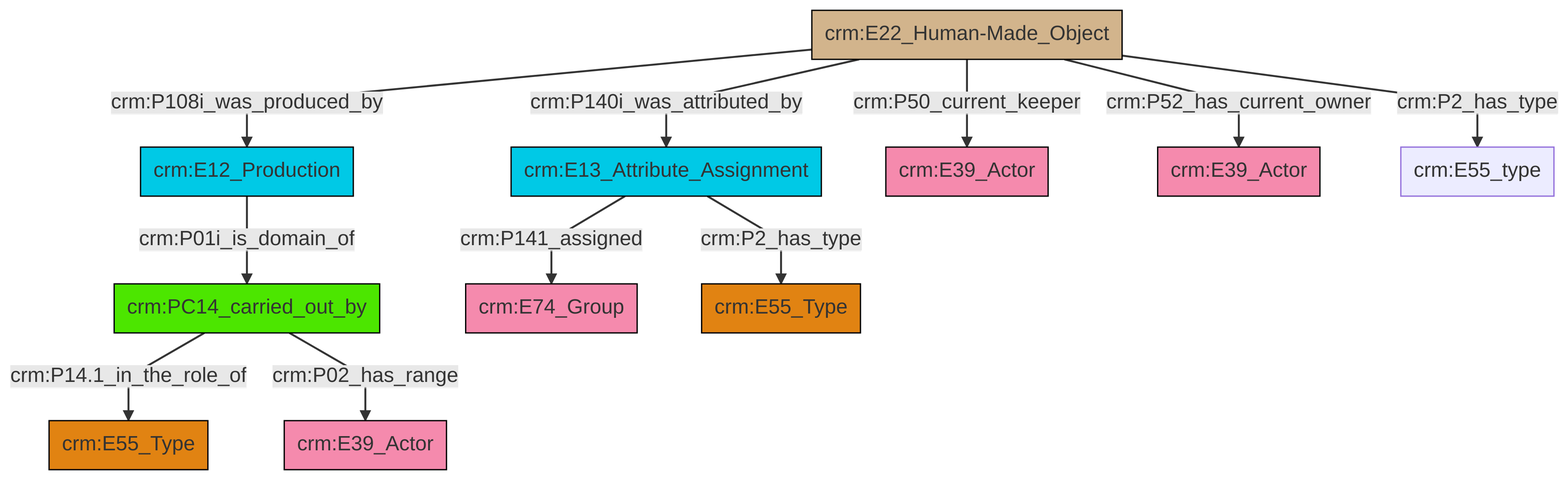
The Mermaid diagram et/artworkCSV/ttl/mmd/png/Artwork_Actor_Relations.png in swiss-art-research-net/docs.swissartresearch, before a commit. Its source is kept beside it as et/artworkCSV/ttl/mmd/Artwork_Actor_Relations.ttl.mmd.
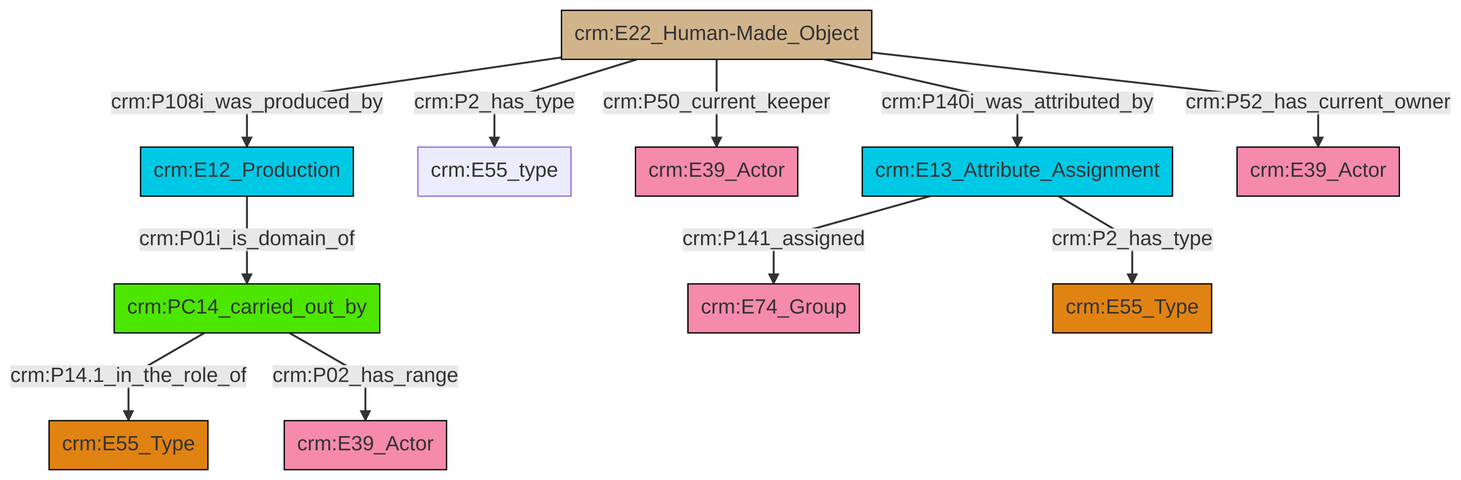
Above is the later version.

Change to the diagram source:
```diff
@@ -13,13 +13,13 @@
 classDef PC_Classes fill:#4ce600, stroke:#000000;
 classDef Multi fill:#cccccc,stroke:#000000;
 
-6["crm:E22_Human-Made_Object"]:::Physical_Thing -->|crm:P140i_was_attributed_by| 4["crm:E13_Attribute_Assignment"]:::Temporal_Entity
-0["crm:E12_Production"]:::Temporal_Entity -->|crm:P01i_is_domain_of| 7["crm:PC14_carried_out_by"]:::PC_Classes
-6["crm:E22_Human-Made_Object"]:::Physical_Thing -->|crm:P52_has_current_owner| 14["crm:E39_Actor"]:::Actor
-6["crm:E22_Human-Made_Object"]:::Physical_Thing -->|crm:P50_current_keeper| 12["crm:E39_Actor"]:::Actor
-4["crm:E13_Attribute_Assignment"]:::Temporal_Entity -->|crm:P141_assigned| 8["crm:E74_Group"]:::Actor
-7["crm:PC14_carried_out_by"]:::PC_Classes -->|crm:P14.1_in_the_role_of| 2["crm:E55_Type"]:::Type
-7["crm:PC14_carried_out_by"]:::PC_Classes -->|crm:P02_has_range| 10["crm:E39_Actor"]:::Actor
-6["crm:E22_Human-Made_Object"]:::Physical_Thing -->|crm:P108i_was_produced_by| 0["crm:E12_Production"]:::Temporal_Entity
-6["crm:E22_Human-Made_Object"]:::Physical_Thing -->|crm:P2_has_type| 20["crm:E55_type"]:::Default
-4["crm:E13_Attribute_Assignment"]:::Temporal_Entity -->|crm:P2_has_type| 16["crm:E55_Type"]:::Type
+0["crm:E22_Human-Made_Object"]:::Physical_Thing -->|crm:P108i_was_produced_by| 1["crm:E12_Production"]:::Temporal_Entity
+6["crm:PC14_carried_out_by"]:::PC_Classes -->|crm:P14.1_in_the_role_of| 7["crm:E55_Type"]:::Type
+10["crm:E13_Attribute_Assignment"]:::Temporal_Entity -->|crm:P141_assigned| 11["crm:E74_Group"]:::Actor
+10["crm:E13_Attribute_Assignment"]:::Temporal_Entity -->|crm:P2_has_type| 12["crm:E55_Type"]:::Type
+0["crm:E22_Human-Made_Object"]:::Physical_Thing -->|crm:P140i_was_attributed_by| 10["crm:E13_Attribute_Assignment"]:::Temporal_Entity
+6["crm:PC14_carried_out_by"]:::PC_Classes -->|crm:P02_has_range| 2["crm:E39_Actor"]:::Actor
+0["crm:E22_Human-Made_Object"]:::Physical_Thing -->|crm:P52_has_current_owner| 15["crm:E39_Actor"]:::Actor
+0["crm:E22_Human-Made_Object"]:::Physical_Thing -->|crm:P2_has_type| 4["crm:E55_type"]:::Default
+1["crm:E12_Production"]:::Temporal_Entity -->|crm:P01i_is_domain_of| 6["crm:PC14_carried_out_by"]:::PC_Classes
+0["crm:E22_Human-Made_Object"]:::Physical_Thing -->|crm:P50_current_keeper| 8["crm:E39_Actor"]:::Actor
```
